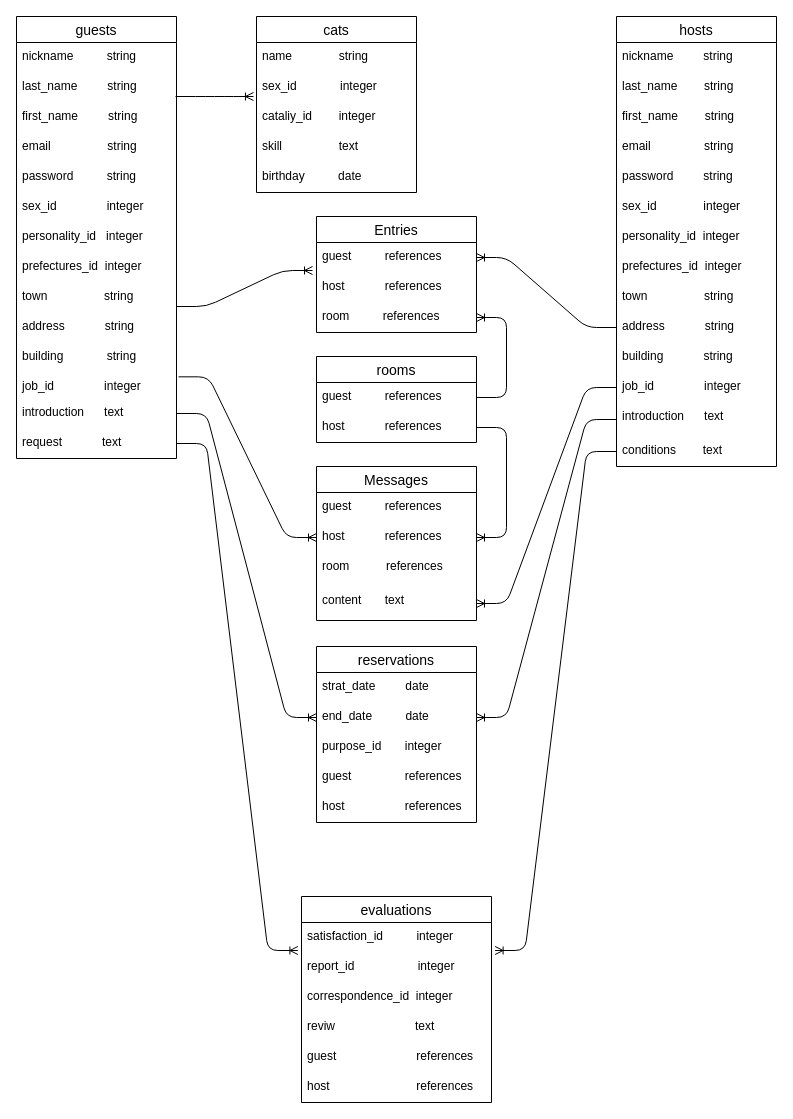
This is application.dio from kengolgol/neko_tome, a draw.io file, before an edit. Source tidied: cells renumbered, new cells numbered last; positions are measured from the earlier drawing's top-left corner, leaving out a move shared by most shapes. Both pictures are drawn from the tidied source at 100%, with x=0, y=0 at pixel (16, 16).
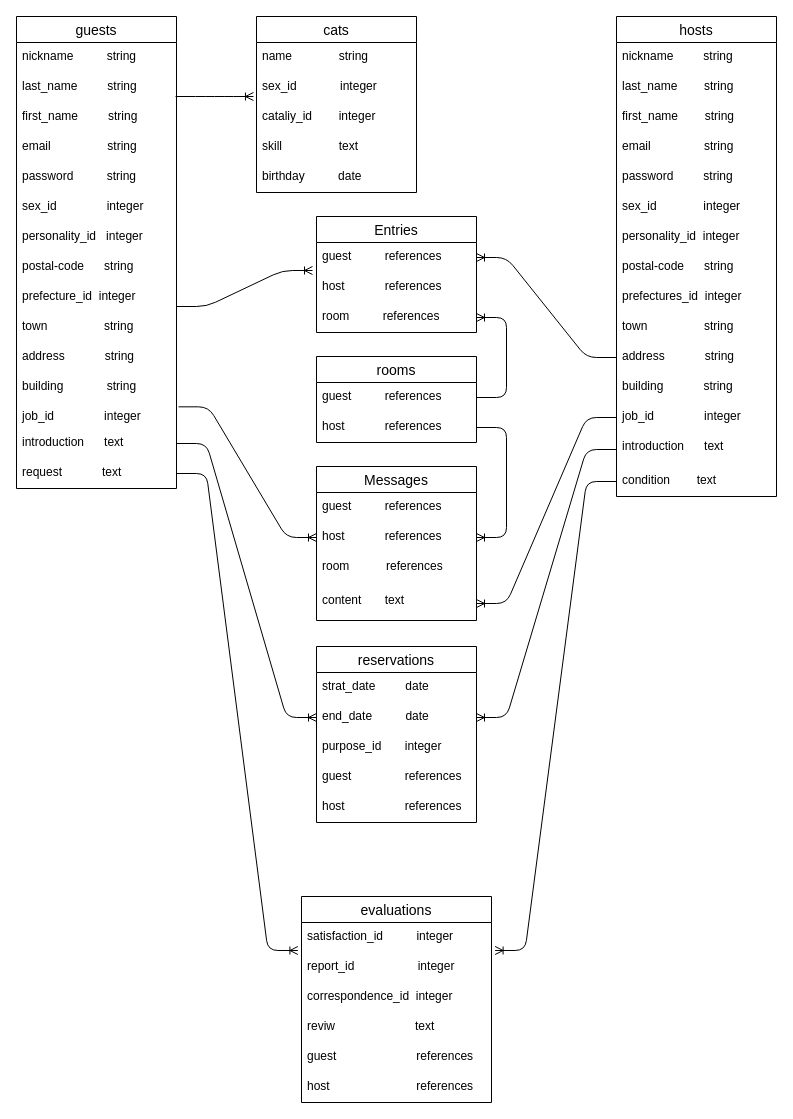
The same page after the edit.

The edit, as a diff of the source:
```diff
@@
     <mxCell id="2" value="guests" style="swimlane;fontStyle=0;horizontal=1;startSize=26;align=center;fontSize=14;" parent="1" vertex="1">
-      <mxGeometry width="160" height="442" as="geometry" />
+      <mxGeometry width="160" height="472" as="geometry" />
     </mxCell>
@@
+    <mxCell id="75" value="postal-code      string" style="text;strokeColor=none;fillColor=none;spacingLeft=4;spacingRight=4;overflow=hidden;fontSize=12;" parent="2" vertex="1">
+      <mxGeometry y="236" width="160" height="30" as="geometry" />
+    </mxCell>
-    <mxCell id="10" value="prefectures_id  integer" style="text;strokeColor=none;fillColor=none;spacingLeft=4;spacingRight=4;overflow=hidden;fontSize=12;" parent="2" vertex="1">
-      <mxGeometry y="236" width="160" height="30" as="geometry" />
+    <mxCell id="10" value="prefecture_id  integer" style="text;strokeColor=none;fillColor=none;spacingLeft=4;spacingRight=4;overflow=hidden;fontSize=12;" parent="2" vertex="1">
+      <mxGeometry y="266" width="160" height="30" as="geometry" />
     </mxCell>
     <mxCell id="11" value="town                 string" style="text;strokeColor=none;fillColor=none;spacingLeft=4;spacingRight=4;overflow=hidden;fontSize=12;" parent="2" vertex="1">
-      <mxGeometry y="266" width="160" height="30" as="geometry" />
+      <mxGeometry y="296" width="160" height="30" as="geometry" />
     </mxCell>
     <mxCell id="12" value="address            string" style="text;strokeColor=none;fillColor=none;spacingLeft=4;spacingRight=4;overflow=hidden;fontSize=12;" parent="2" vertex="1">
-      <mxGeometry y="296" width="160" height="30" as="geometry" />
+      <mxGeometry y="326" width="160" height="30" as="geometry" />
     </mxCell>
     <mxCell id="13" value="building             string" style="text;strokeColor=none;fillColor=none;spacingLeft=4;spacingRight=4;overflow=hidden;fontSize=12;" parent="2" vertex="1">
-      <mxGeometry y="326" width="160" height="30" as="geometry" />
+      <mxGeometry y="356" width="160" height="30" as="geometry" />
     </mxCell>
     <mxCell id="14" value="job_id               integer" style="text;strokeColor=none;fillColor=none;spacingLeft=4;spacingRight=4;overflow=hidden;points=[[0,0.5],[1,0.5]];portConstraint=eastwest;fontSize=12;" parent="2" vertex="1">
-      <mxGeometry y="356" width="160" height="26" as="geometry" />
+      <mxGeometry y="386" width="160" height="26" as="geometry" />
     </mxCell>
     <mxCell id="15" value="introduction      text" style="text;strokeColor=none;fillColor=none;spacingLeft=4;spacingRight=4;overflow=hidden;points=[[0,0.5],[1,0.5]];portConstraint=eastwest;fontSize=12;" parent="2" vertex="1">
-      <mxGeometry y="382" width="160" height="30" as="geometry" />
+      <mxGeometry y="412" width="160" height="30" as="geometry" />
     </mxCell>
     <mxCell id="16" value="request            text" style="text;strokeColor=none;fillColor=none;spacingLeft=4;spacingRight=4;overflow=hidden;points=[[0,0.5],[1,0.5]];portConstraint=eastwest;fontSize=12;" parent="2" vertex="1">
-      <mxGeometry y="412" width="160" height="30" as="geometry" />
+      <mxGeometry y="442" width="160" height="30" as="geometry" />
     </mxCell>
@@
     <mxCell id="24" value="hosts" style="swimlane;fontStyle=0;horizontal=1;startSize=26;align=center;fontSize=14;" parent="1" vertex="1">
-      <mxGeometry x="600" width="160" height="450" as="geometry" />
+      <mxGeometry x="600" width="160" height="480" as="geometry" />
     </mxCell>
@@
+    <mxCell id="76" value="postal-code      string" style="text;strokeColor=none;fillColor=none;spacingLeft=4;spacingRight=4;overflow=hidden;fontSize=12;" parent="24" vertex="1">
+      <mxGeometry y="236" width="160" height="30" as="geometry" />
+    </mxCell>
     <mxCell id="32" value="prefectures_id  integer" style="text;strokeColor=none;fillColor=none;spacingLeft=4;spacingRight=4;overflow=hidden;fontSize=12;" parent="24" vertex="1">
-      <mxGeometry y="236" width="160" height="30" as="geometry" />
+      <mxGeometry y="266" width="160" height="30" as="geometry" />
     </mxCell>
     <mxCell id="33" value="town                 string" style="text;strokeColor=none;fillColor=none;spacingLeft=4;spacingRight=4;overflow=hidden;fontSize=12;" parent="24" vertex="1">
-      <mxGeometry y="266" width="160" height="30" as="geometry" />
+      <mxGeometry y="296" width="160" height="30" as="geometry" />
     </mxCell>
     <mxCell id="34" value="address            string" style="text;strokeColor=none;fillColor=none;spacingLeft=4;spacingRight=4;overflow=hidden;points=[[0,0.5],[1,0.5]];portConstraint=eastwest;fontSize=12;" parent="24" vertex="1">
-      <mxGeometry y="296" width="160" height="30" as="geometry" />
+      <mxGeometry y="326" width="160" height="30" as="geometry" />
     </mxCell>
     <mxCell id="35" value="building            string" style="text;strokeColor=none;fillColor=none;spacingLeft=4;spacingRight=4;overflow=hidden;fontSize=12;" parent="24" vertex="1">
-      <mxGeometry y="326" width="160" height="30" as="geometry" />
+      <mxGeometry y="356" width="160" height="30" as="geometry" />
     </mxCell>
     <mxCell id="36" value="job_id               integer" style="text;strokeColor=none;fillColor=none;spacingLeft=4;spacingRight=4;overflow=hidden;points=[[0,0.5],[1,0.5]];portConstraint=eastwest;fontSize=12;" parent="24" vertex="1">
-      <mxGeometry y="356" width="160" height="30" as="geometry" />
+      <mxGeometry y="386" width="160" height="30" as="geometry" />
     </mxCell>
     <mxCell id="37" value="introduction      text" style="text;strokeColor=none;fillColor=none;spacingLeft=4;spacingRight=4;overflow=hidden;points=[[0,0.5],[1,0.5]];portConstraint=eastwest;fontSize=12;" parent="24" vertex="1">
-      <mxGeometry y="386" width="160" height="34" as="geometry" />
+      <mxGeometry y="416" width="160" height="34" as="geometry" />
     </mxCell>
-    <mxCell id="38" value="conditions        text" style="text;strokeColor=none;fillColor=none;spacingLeft=4;spacingRight=4;overflow=hidden;points=[[0,0.5],[1,0.5]];portConstraint=eastwest;fontSize=12;" parent="24" vertex="1">
-      <mxGeometry y="420" width="160" height="30" as="geometry" />
+    <mxCell id="38" value="condition        text" style="text;strokeColor=none;fillColor=none;spacingLeft=4;spacingRight=4;overflow=hidden;points=[[0,0.5],[1,0.5]];portConstraint=eastwest;fontSize=12;" parent="24" vertex="1">
+      <mxGeometry y="450" width="160" height="30" as="geometry" />
     </mxCell>
```
